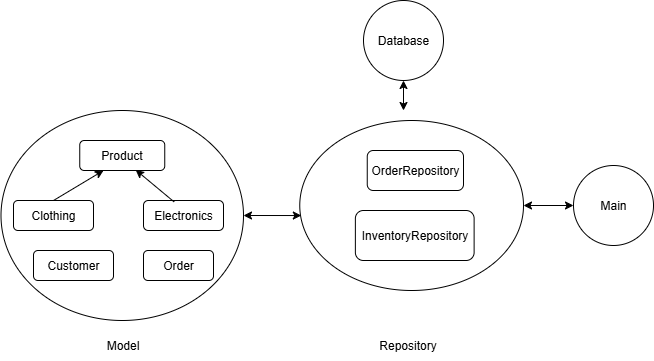
Above: images/project-structure.png in Quyenhm03/SummaryTask12 (draw.io), before the change. Source tidied: cells renumbered, new cells last; positions are measured from the earlier drawing's top-left corner, leaving out a move shared by most shapes.
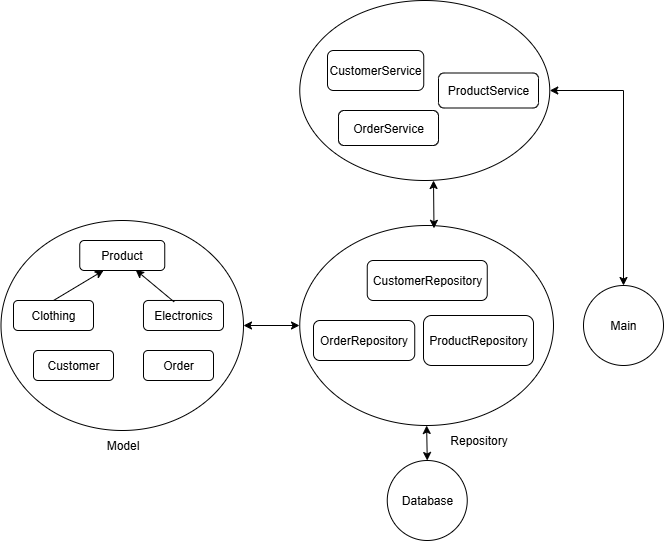
After the change.

What changed in the source:
```diff
@@ -3,7 +3,7 @@
     <mxCell id="0" />
     <mxCell id="1" parent="0" />
     <mxCell id="2" style="ellipse;whiteSpace=wrap;html=1;" parent="1" vertex="1">
-      <mxGeometry x="-0.5" y="110" width="242.5" height="210" as="geometry" />
+      <mxGeometry x="-0.5" y="120" width="242.5" height="210" as="geometry" />
     </mxCell>
     <mxCell id="3" value="Customer" style="rounded=1;whiteSpace=wrap;html=1;" parent="1" vertex="1">
       <mxGeometry x="32" y="250" width="80" height="30" as="geometry" />
@@ -29,36 +29,58 @@
       <mxGeometry x="90.8" y="330" width="60" height="30" as="geometry" />
     </mxCell>
     <mxCell id="10" style="ellipse;whiteSpace=wrap;html=1;" parent="1" vertex="1">
-      <mxGeometry x="298.3" y="120" width="223.7" height="170" as="geometry" />
+      <mxGeometry x="298.3" y="125" width="253.7" height="200" as="geometry" />
     </mxCell>
-    <mxCell id="11" value="OrderRepository" style="rounded=1;whiteSpace=wrap;html=1;" parent="1" vertex="1">
-      <mxGeometry x="365.8" y="150" width="96.2" height="40" as="geometry" />
+    <mxCell id="11" value="CustomerRepository" style="rounded=1;whiteSpace=wrap;html=1;" parent="1" vertex="1">
+      <mxGeometry x="365.8" y="160" width="120" height="40" as="geometry" />
     </mxCell>
-    <mxCell id="12" value="InventoryRepository" style="rounded=1;whiteSpace=wrap;html=1;arcSize=16;" parent="1" vertex="1">
-      <mxGeometry x="353.9" y="210" width="118.8" height="50" as="geometry" />
+    <mxCell id="12" value="OrderRepository" style="rounded=1;whiteSpace=wrap;html=1;arcSize=16;" parent="1" vertex="1">
+      <mxGeometry x="312" y="220" width="101.2" height="40" as="geometry" />
     </mxCell>
     <mxCell id="13" value="Repository" style="text;html=1;align=center;verticalAlign=middle;strokeColor=none;fillColor=none;" parent="1" vertex="1">
-      <mxGeometry x="365.8" y="330" width="80" height="30" as="geometry" />
+      <mxGeometry x="437" y="325" width="80" height="30" as="geometry" />
     </mxCell>
     <mxCell id="14" value="Main" style="ellipse;whiteSpace=wrap;html=1;" parent="1" vertex="1">
-      <mxGeometry x="572" y="165" width="80" height="80" as="geometry" />
+      <mxGeometry x="582" y="185" width="80" height="80" as="geometry" />
     </mxCell>
     <mxCell id="15" value="Database" style="ellipse;whiteSpace=wrap;html=1;" parent="1" vertex="1">
-      <mxGeometry x="362" width="80" height="80" as="geometry" />
+      <mxGeometry x="385.8" y="360" width="80" height="80" as="geometry" />
     </mxCell>
-    <mxCell id="16" style="endArrow=classic;startArrow=classic;html=1;rounded=0;entryX=0.5;entryY=1;entryDx=0;entryDy=0;" parent="1" edge="1" target="15">
-      <mxGeometry relative="1" as="geometry">
-        <mxPoint x="402" y="110" as="sourcePoint" />
-      </mxGeometry>
+    <mxCell id="16" style="endArrow=classic;startArrow=classic;html=1;rounded=0;entryX=0.5;entryY=1;entryDx=0;entryDy=0;exitX=0.5;exitY=0;exitDx=0;exitDy=0;" parent="1" edge="1" source="15" target="10">
+      <mxGeometry relative="1" as="geometry" />
     </mxCell>
-    <mxCell id="17" style="endArrow=classic;startArrow=classic;html=1;rounded=0;exitX=1;exitY=0.5;exitDx=0;exitDy=0;" parent="1" edge="1" source="10" target="14">
-      <mxGeometry relative="1" as="geometry" />
+    <mxCell id="17" style="endArrow=classic;startArrow=classic;html=1;rounded=0;exitX=1;exitY=0.5;exitDx=0;exitDy=0;" parent="1" edge="1" source="20" target="14">
+      <mxGeometry relative="1" as="geometry">
+        <Array as="points">
+          <mxPoint x="622" y="-10" />
+        </Array>
+      </mxGeometry>
     </mxCell>
-    <mxCell id="18" style="endArrow=classic;startArrow=classic;html=1;rounded=0;exitX=1;exitY=0.5;exitDx=0;exitDy=0;entryX=0.007;entryY=0.559;entryDx=0;entryDy=0;entryPerimeter=0;" parent="1" edge="1" source="2" target="10">
-      <mxGeometry relative="1" as="geometry" />
+    <mxCell id="18" style="endArrow=classic;startArrow=classic;html=1;rounded=0;exitX=1;exitY=0.5;exitDx=0;exitDy=0;" parent="1" edge="1" source="2">
+      <mxGeometry relative="1" as="geometry">
+        <mxPoint x="298" y="225" as="targetPoint" />
+      </mxGeometry>
     </mxCell>
     <mxCell id="19" value="Order" style="rounded=1;whiteSpace=wrap;html=1;" parent="1" vertex="1">
       <mxGeometry x="142" y="250" width="70" height="30" as="geometry" />
     </mxCell>
+    <mxCell id="20" style="ellipse;whiteSpace=wrap;html=1;" parent="1" vertex="1">
+      <mxGeometry x="298.3" y="-100" width="250" height="180" as="geometry" />
+    </mxCell>
+    <mxCell id="21" value="CustomerService" style="rounded=1;whiteSpace=wrap;html=1;" parent="1" vertex="1">
+      <mxGeometry x="326" y="-50" width="96.2" height="40" as="geometry" />
+    </mxCell>
+    <mxCell id="22" value="OrderService" style="rounded=1;whiteSpace=wrap;html=1;arcSize=16;" parent="1" vertex="1">
+      <mxGeometry x="337" y="10" width="100" height="35" as="geometry" />
+    </mxCell>
+    <mxCell id="23" value="ProductRepository" style="rounded=1;whiteSpace=wrap;html=1;arcSize=16;" parent="1" vertex="1">
+      <mxGeometry x="422" y="215" width="110" height="50" as="geometry" />
+    </mxCell>
+    <mxCell id="24" value="ProductService" style="rounded=1;whiteSpace=wrap;html=1;arcSize=16;" parent="1" vertex="1">
+      <mxGeometry x="437" y="-27.5" width="100" height="35" as="geometry" />
+    </mxCell>
+    <mxCell id="25" style="endArrow=classic;startArrow=classic;html=1;rounded=0;entryX=0.535;entryY=1;entryDx=0;entryDy=0;entryPerimeter=0;exitX=0.529;exitY=0.014;exitDx=0;exitDy=0;exitPerimeter=0;" parent="1" edge="1" source="10" target="20">
+      <mxGeometry relative="1" as="geometry" />
+    </mxCell>
   </root>
 </mxGraphModel>
```
